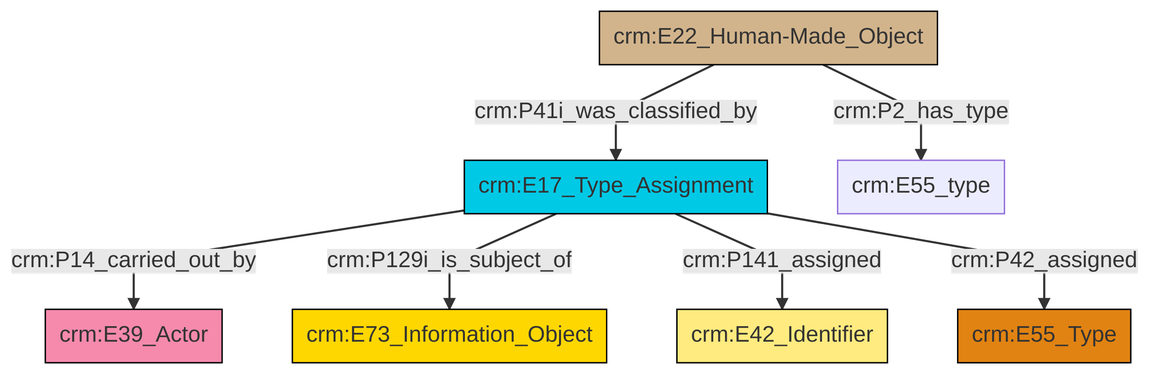
The Mermaid diagram et/builtWorkCSV/ttl/mmd/png/Built_Work_designation_status.png in swiss-art-research-net/reference-data-models, before a commit. Its source is kept beside it as et/builtWorkCSV/ttl/mmd/Built_Work_designation_status.ttl.mmd.
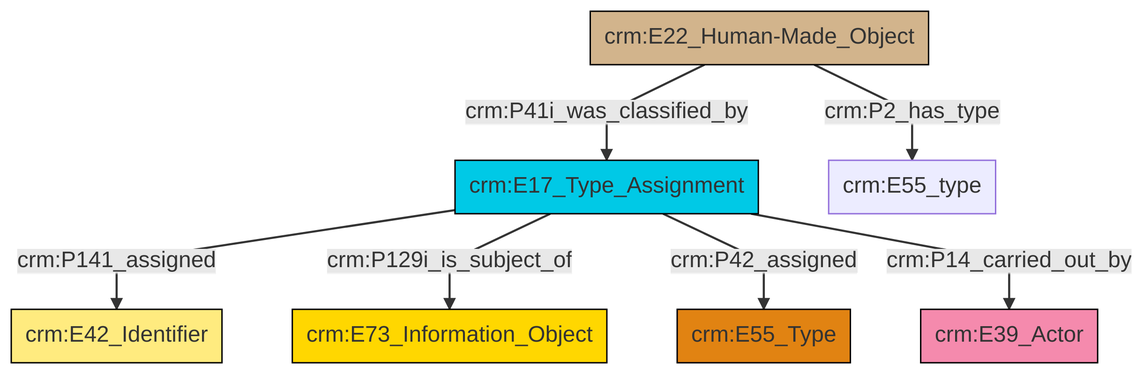
After the change.

Diff of the diagram source:
```diff
@@ -13,9 +13,9 @@
 classDef PC_Classes fill:#4ce600, stroke:#000000;
 classDef Multi fill:#cccccc,stroke:#000000;
 
-0["crm:E17_Type_Assignment"]:::Temporal_Entity -->|crm:P14_carried_out_by| 1["crm:E39_Actor"]:::Actor
-0["crm:E17_Type_Assignment"]:::Temporal_Entity -->|crm:P129i_is_subject_of| 6["crm:E73_Information_Object"]:::Conceptual_Object
-0["crm:E17_Type_Assignment"]:::Temporal_Entity -->|crm:P141_assigned| 4["crm:E42_Identifier"]:::Appellation
-2["crm:E22_Human-Made_Object"]:::Physical_Thing -->|crm:P2_has_type| 11["crm:E55_type"]:::Default
+0["crm:E17_Type_Assignment"]:::Temporal_Entity -->|crm:P141_assigned| 1["crm:E42_Identifier"]:::Appellation
+0["crm:E17_Type_Assignment"]:::Temporal_Entity -->|crm:P129i_is_subject_of| 2["crm:E73_Information_Object"]:::Conceptual_Object
+3["crm:E22_Human-Made_Object"]:::Physical_Thing -->|crm:P41i_was_classified_by| 0["crm:E17_Type_Assignment"]:::Temporal_Entity
 0["crm:E17_Type_Assignment"]:::Temporal_Entity -->|crm:P42_assigned| 7["crm:E55_Type"]:::Type
-2["crm:E22_Human-Made_Object"]:::Physical_Thing -->|crm:P41i_was_classified_by| 0["crm:E17_Type_Assignment"]:::Temporal_Entity
+0["crm:E17_Type_Assignment"]:::Temporal_Entity -->|crm:P14_carried_out_by| 8["crm:E39_Actor"]:::Actor
+3["crm:E22_Human-Made_Object"]:::Physical_Thing -->|crm:P2_has_type| 9["crm:E55_type"]:::Default
```
